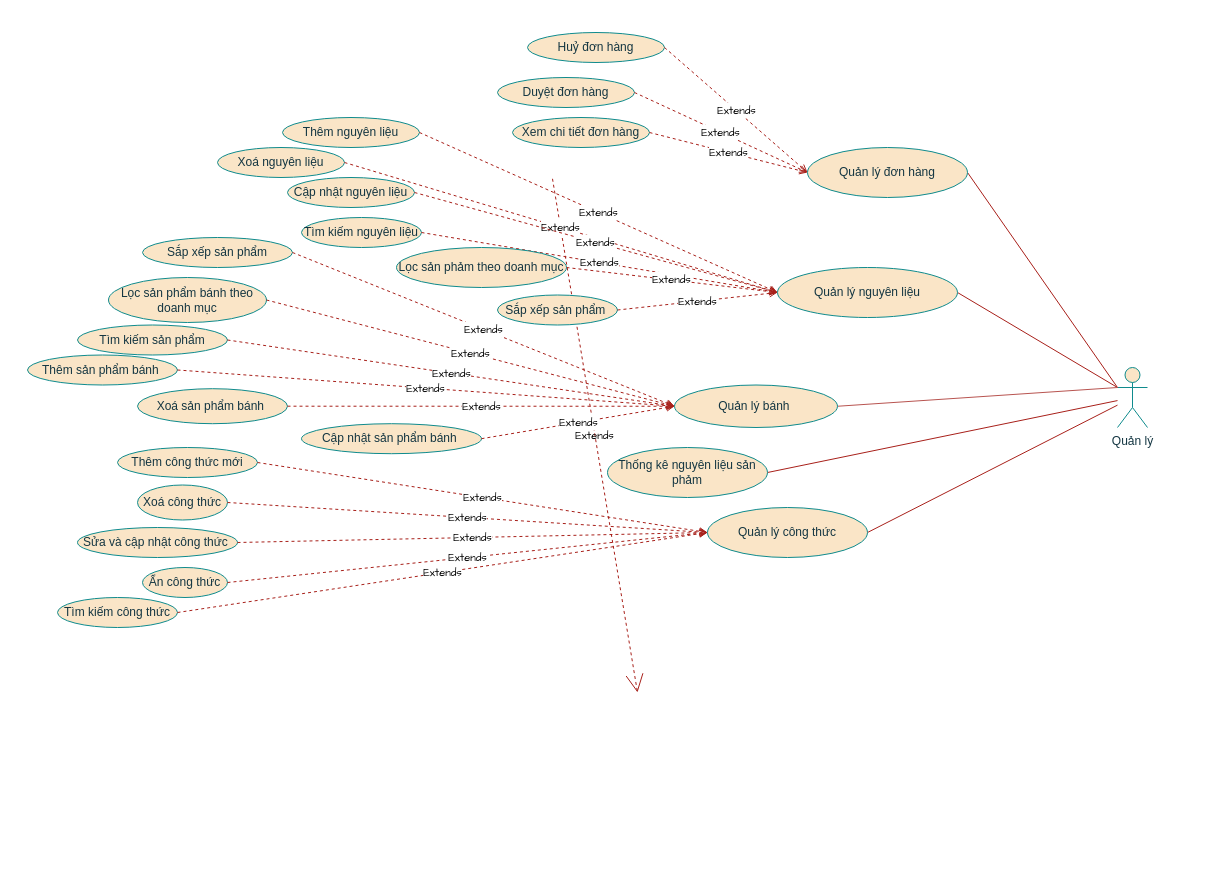
Earlier version of the draw.io diagram page "Quản lý" (5 of 6) of Sơ đồ/UseCaseBakeryLuna.diagram.drawio (Thong5279/LunaBakeryDeploy). Source tidied: cells renumbered, new cells numbered last; positions are measured from the earlier drawing's top-left corner, leaving out a move shared by most shapes. Both pictures are drawn from the tidied source at 100%, with x=0, y=0 at pixel (27, 32).
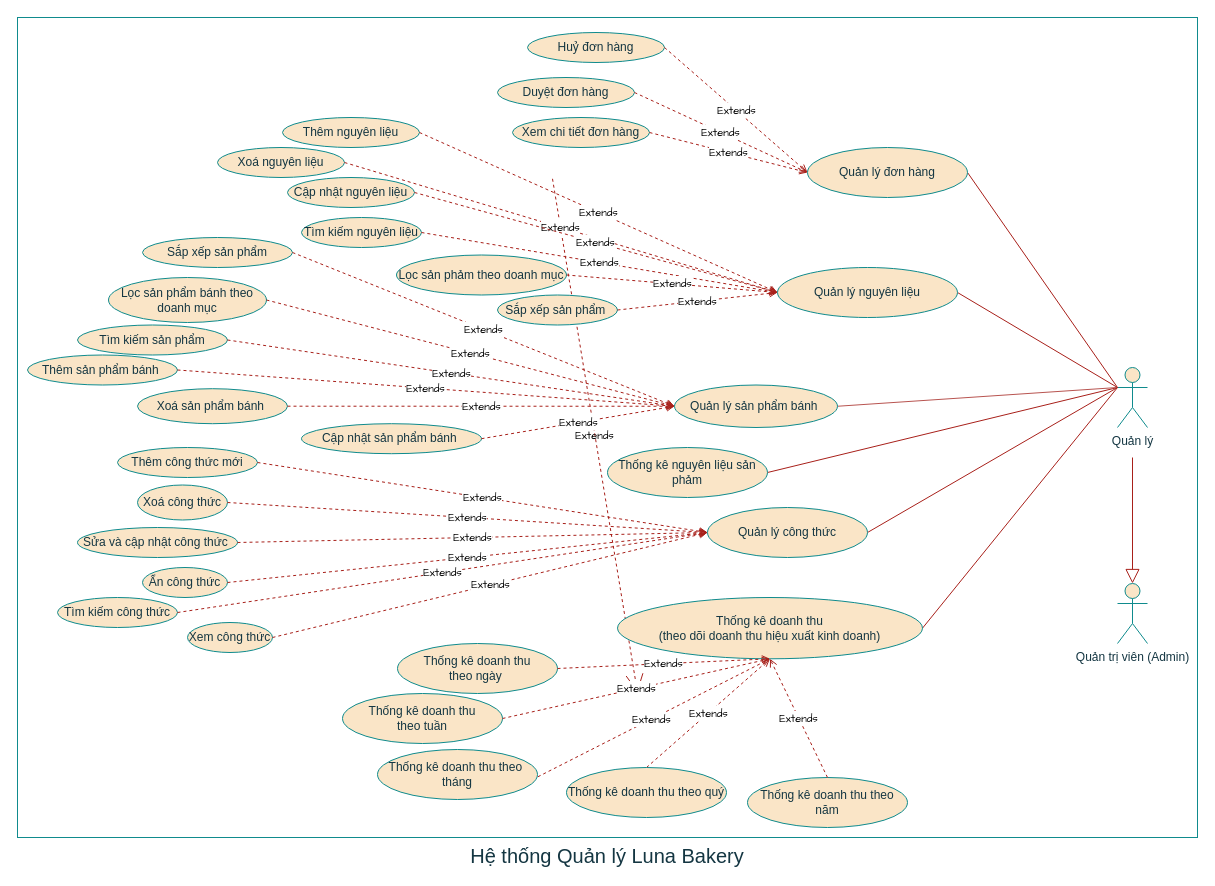
Above is the later version.

Commit message (it also covers changes not shown here):
thợ làm bánh 2.0

Unchanged cells that the change refers to:
```xml
<mxCell id="3" value="Quản lý" style="shape=umlActor;verticalLabelPosition=bottom;verticalAlign=top;html=1;labelBackgroundColor=none;fillColor=#FAE5C7;strokeColor=#0F8B8D;fontColor=#143642;" parent="1" vertex="1">
  <mxGeometry x="1090" y="335" width="30" height="60" as="geometry" />
</mxCell>
<mxCell id="7" value="Thống kê nguyên liệu sản phảm" style="ellipse;whiteSpace=wrap;html=1;labelBackgroundColor=none;fillColor=#FAE5C7;strokeColor=#0F8B8D;fontColor=#143642;" parent="1" vertex="1">
  <mxGeometry x="580" y="415" width="160" height="50" as="geometry" />
</mxCell>
<mxCell id="25" value="Quản lý công thức" style="ellipse;whiteSpace=wrap;html=1;labelBackgroundColor=none;fillColor=#FAE5C7;strokeColor=#0F8B8D;fontColor=#143642;" parent="1" vertex="1">
  <mxGeometry x="680" y="475" width="160" height="50" as="geometry" />
</mxCell>
```

Diff of the diagram source:
```diff
@@
-    <mxCell id="5" style="endArrow=none;html=1;labelBackgroundColor=none;strokeColor=#A8201A;fontColor=default;exitX=1;exitY=0.5;exitDx=0;exitDy=0;" parent="1" edge="1" source="7" target="3">
+    <mxCell id="5" style="endArrow=none;html=1;labelBackgroundColor=none;strokeColor=#A8201A;fontColor=default;exitX=1;exitY=0.5;exitDx=0;exitDy=0;entryX=0;entryY=0.3333333333333333;entryDx=0;entryDy=0;entryPerimeter=0;" parent="1" edge="1" source="7" target="3">
       <mxGeometry relative="1" as="geometry" />
     </mxCell>
@@
-    <mxCell id="11" value="Quản lý bánh&amp;nbsp;" style="ellipse;whiteSpace=wrap;html=1;labelBackgroundColor=none;fillColor=#FAE5C7;strokeColor=#0F8B8D;fontColor=#143642;" parent="1" vertex="1">
+    <mxCell id="11" value="Quản lý sản phẩm bánh&amp;nbsp;" style="ellipse;whiteSpace=wrap;html=1;labelBackgroundColor=none;fillColor=#FAE5C7;strokeColor=#0F8B8D;fontColor=#143642;" parent="1" vertex="1">
       <mxGeometry x="647" y="352.5" width="163" height="42.5" as="geometry" />
     </mxCell>
@@
-    <mxCell id="24" style="endArrow=none;html=1;labelBackgroundColor=none;strokeColor=#A8201A;fontColor=default;exitX=1;exitY=0.5;exitDx=0;exitDy=0;" parent="1" edge="1" source="25" target="3">
+    <mxCell id="24" style="endArrow=none;html=1;labelBackgroundColor=none;strokeColor=#A8201A;fontColor=default;exitX=1;exitY=0.5;exitDx=0;exitDy=0;entryX=0;entryY=0.3333333333333333;entryDx=0;entryDy=0;entryPerimeter=0;" parent="1" edge="1" source="25" target="3">
       <mxGeometry relative="1" as="geometry" />
     </mxCell>
@@
     <mxCell id="38" value="Lọc sản phảm theo doanh mục" style="ellipse;whiteSpace=wrap;html=1;labelBackgroundColor=none;fillColor=#FAE5C7;strokeColor=#0F8B8D;fontColor=#143642;" parent="1" vertex="1">
-      <mxGeometry x="369" y="215" width="170" height="40" as="geometry" />
+      <mxGeometry x="369" y="222.5" width="170" height="40" as="geometry" />
     </mxCell>
@@
+    <mxCell id="54" value="Xem công thức" style="ellipse;whiteSpace=wrap;html=1;labelBackgroundColor=none;fillColor=#FAE5C7;strokeColor=#0F8B8D;fontColor=#143642;" parent="1" vertex="1">
+      <mxGeometry x="160" y="590" width="85" height="30" as="geometry" />
+    </mxCell>
+    <mxCell id="55" value="&lt;span style=&quot;color: rgb(0, 0, 0); font-family: &amp;quot;Architects Daughter&amp;quot;; font-size: 11px; font-style: normal; font-variant-ligatures: normal; font-variant-caps: normal; font-weight: 400; letter-spacing: normal; orphans: 2; text-align: center; text-indent: 0px; text-transform: none; widows: 2; word-spacing: 0px; -webkit-text-stroke-width: 0px; white-space: nowrap; background-color: rgb(255, 255, 255); text-decoration-thickness: initial; text-decoration-style: initial; text-decoration-color: initial; display: inline !important; float: none;&quot;&gt;Extends&lt;/span&gt;" style="rounded=0;jettySize=auto;html=1;exitX=1;exitY=0.5;exitDx=0;exitDy=0;entryX=0;entryY=0.5;entryDx=0;entryDy=0;dashed=1;endArrow=open;endFill=0;strokeColor=#A8201A;" parent="1" edge="1" source="54" target="25">
+      <mxGeometry relative="1" as="geometry" />
+    </mxCell>
+    <mxCell id="56" style="endArrow=none;html=1;exitX=1;exitY=0.5;exitDx=0;exitDy=0;labelBackgroundColor=none;strokeColor=#A8201A;fontColor=default;entryX=0;entryY=0.3333333333333333;entryDx=0;entryDy=0;entryPerimeter=0;" parent="1" edge="1" source="57" target="3">
+      <mxGeometry relative="1" as="geometry" />
+    </mxCell>
+    <mxCell id="57" value="Thống kê doanh thu&lt;br&gt;(theo dõi doanh thu hiệu xuất kinh doanh)" style="ellipse;whiteSpace=wrap;html=1;labelBackgroundColor=none;fillColor=#FAE5C7;strokeColor=#0F8B8D;fontColor=#143642;" parent="1" vertex="1">
+      <mxGeometry x="590" y="565" width="305" height="61.3" as="geometry" />
+    </mxCell>
+    <mxCell id="58" value="Thống kê doanh thu&lt;br&gt;theo ngày&amp;nbsp;" style="ellipse;whiteSpace=wrap;html=1;labelBackgroundColor=none;fillColor=#FAE5C7;strokeColor=#0F8B8D;fontColor=#143642;" parent="1" vertex="1">
+      <mxGeometry x="370" y="611" width="160" height="50" as="geometry" />
+    </mxCell>
+    <mxCell id="59" value="Thống kê doanh thu&lt;br&gt;theo tuần" style="ellipse;whiteSpace=wrap;html=1;labelBackgroundColor=none;fillColor=#FAE5C7;strokeColor=#0F8B8D;fontColor=#143642;" parent="1" vertex="1">
+      <mxGeometry x="315" y="661" width="160" height="50" as="geometry" />
+    </mxCell>
+    <mxCell id="60" value="Thống kê doanh thu theo năm" style="ellipse;whiteSpace=wrap;html=1;labelBackgroundColor=none;fillColor=#FAE5C7;strokeColor=#0F8B8D;fontColor=#143642;" parent="1" vertex="1">
+      <mxGeometry x="720" y="745" width="160" height="50" as="geometry" />
+    </mxCell>
+    <mxCell id="61" value="&lt;span style=&quot;color: rgb(0, 0, 0); font-family: &amp;quot;Architects Daughter&amp;quot;; font-size: 11px; font-style: normal; font-variant-ligatures: normal; font-variant-caps: normal; font-weight: 400; letter-spacing: normal; orphans: 2; text-align: center; text-indent: 0px; text-transform: none; widows: 2; word-spacing: 0px; -webkit-text-stroke-width: 0px; white-space: nowrap; background-color: rgb(255, 255, 255); text-decoration-thickness: initial; text-decoration-style: initial; text-decoration-color: initial; display: inline !important; float: none;&quot;&gt;Extends&lt;/span&gt;" style="rounded=0;jettySize=auto;html=1;exitX=0.5;exitY=0;exitDx=0;exitDy=0;entryX=0.5;entryY=1;entryDx=0;entryDy=0;dashed=1;endArrow=open;endFill=0;strokeColor=#A8201A;" parent="1" edge="1" source="60" target="57">
+      <mxGeometry relative="1" as="geometry" />
+    </mxCell>
+    <mxCell id="62" value="&lt;span style=&quot;color: rgb(0, 0, 0); font-family: &amp;quot;Architects Daughter&amp;quot;; font-size: 11px; font-style: normal; font-variant-ligatures: normal; font-variant-caps: normal; font-weight: 400; letter-spacing: normal; orphans: 2; text-align: center; text-indent: 0px; text-transform: none; widows: 2; word-spacing: 0px; -webkit-text-stroke-width: 0px; white-space: nowrap; background-color: rgb(255, 255, 255); text-decoration-thickness: initial; text-decoration-style: initial; text-decoration-color: initial; display: inline !important; float: none;&quot;&gt;Extends&lt;/span&gt;" style="rounded=0;jettySize=auto;html=1;exitX=0.5;exitY=0;exitDx=0;exitDy=0;entryX=0.5;entryY=1;entryDx=0;entryDy=0;dashed=1;endArrow=open;endFill=0;strokeColor=#A8201A;" parent="1" edge="1" source="67" target="57">
+      <mxGeometry relative="1" as="geometry" />
+    </mxCell>
+    <mxCell id="63" value="&lt;span style=&quot;color: rgb(0, 0, 0); font-family: &amp;quot;Architects Daughter&amp;quot;; font-size: 11px; font-style: normal; font-variant-ligatures: normal; font-variant-caps: normal; font-weight: 400; letter-spacing: normal; orphans: 2; text-align: center; text-indent: 0px; text-transform: none; widows: 2; word-spacing: 0px; -webkit-text-stroke-width: 0px; white-space: nowrap; background-color: rgb(255, 255, 255); text-decoration-thickness: initial; text-decoration-style: initial; text-decoration-color: initial; display: inline !important; float: none;&quot;&gt;Extends&lt;/span&gt;" style="rounded=0;jettySize=auto;html=1;exitX=0.969;exitY=0.6;exitDx=0;exitDy=0;entryX=0.5;entryY=1;entryDx=0;entryDy=0;dashed=1;endArrow=open;endFill=0;strokeColor=#A8201A;exitPerimeter=0;" parent="1" edge="1" source="66" target="57">
+      <mxGeometry relative="1" as="geometry" />
+    </mxCell>
+    <mxCell id="64" value="&lt;span style=&quot;color: rgb(0, 0, 0); font-family: &amp;quot;Architects Daughter&amp;quot;; font-size: 11px; font-style: normal; font-variant-ligatures: normal; font-variant-caps: normal; font-weight: 400; letter-spacing: normal; orphans: 2; text-align: center; text-indent: 0px; text-transform: none; widows: 2; word-spacing: 0px; -webkit-text-stroke-width: 0px; white-space: nowrap; background-color: rgb(255, 255, 255); text-decoration-thickness: initial; text-decoration-style: initial; text-decoration-color: initial; display: inline !important; float: none;&quot;&gt;Extends&lt;/span&gt;" style="rounded=0;jettySize=auto;html=1;exitX=1;exitY=0.5;exitDx=0;exitDy=0;entryX=0.5;entryY=1;entryDx=0;entryDy=0;dashed=1;endArrow=open;endFill=0;strokeColor=#A8201A;" parent="1" edge="1" source="59" target="57">
+      <mxGeometry relative="1" as="geometry" />
+    </mxCell>
+    <mxCell id="65" value="&lt;span style=&quot;color: rgb(0, 0, 0); font-family: &amp;quot;Architects Daughter&amp;quot;; font-size: 11px; font-style: normal; font-variant-ligatures: normal; font-variant-caps: normal; font-weight: 400; letter-spacing: normal; orphans: 2; text-align: center; text-indent: 0px; text-transform: none; widows: 2; word-spacing: 0px; -webkit-text-stroke-width: 0px; white-space: nowrap; background-color: rgb(255, 255, 255); text-decoration-thickness: initial; text-decoration-style: initial; text-decoration-color: initial; display: inline !important; float: none;&quot;&gt;Extends&lt;/span&gt;" style="rounded=0;jettySize=auto;html=1;exitX=1;exitY=0.5;exitDx=0;exitDy=0;entryX=0.5;entryY=1;entryDx=0;entryDy=0;dashed=1;endArrow=open;endFill=0;strokeColor=#A8201A;" parent="1" edge="1" source="58" target="57">
+      <mxGeometry relative="1" as="geometry" />
+    </mxCell>
+    <mxCell id="66" value="Thống kê doanh thu theo&amp;nbsp; tháng" style="ellipse;whiteSpace=wrap;html=1;labelBackgroundColor=none;fillColor=#FAE5C7;strokeColor=#0F8B8D;fontColor=#143642;" parent="1" vertex="1">
+      <mxGeometry x="350" y="717" width="160" height="50" as="geometry" />
+    </mxCell>
+    <mxCell id="67" value="Thống kê doanh thu theo quý" style="ellipse;whiteSpace=wrap;html=1;labelBackgroundColor=none;fillColor=#FAE5C7;strokeColor=#0F8B8D;fontColor=#143642;" parent="1" vertex="1">
+      <mxGeometry x="539" y="735" width="160" height="50" as="geometry" />
+    </mxCell>
+    <mxCell id="68" value="Hệ thống Quản lý Luna Bakery" style="shape=rectangle;labelPosition=top;verticalLabelPosition=bottom;align=center;verticalAlign=top;whiteSpace=wrap;fillColor=none;fontSize=20;labelBackgroundColor=none;strokeColor=#0F8B8D;fontColor=#143642;" parent="1" vertex="1">
+      <mxGeometry x="-10" y="-15" width="1180" height="820" as="geometry" />
+    </mxCell>
+    <mxCell id="69" value="Quản trị viên (Admin)" style="shape=umlActor;verticalLabelPosition=bottom;verticalAlign=top;html=1;labelBackgroundColor=none;fillColor=#FAE5C7;strokeColor=#0F8B8D;fontColor=#143642;" parent="1" vertex="1">
+      <mxGeometry x="1090" y="551" width="30" height="60" as="geometry" />
+    </mxCell>
+    <mxCell id="70" style="endArrow=block;endSize=12;endFill=0;html=1;rounded=0;startFill=0;startArrow=none;labelBackgroundColor=none;strokeColor=#A8201A;fontColor=default;entryX=0.5;entryY=0;entryDx=0;entryDy=0;entryPerimeter=0;" parent="1" edge="1" target="69">
+      <mxGeometry relative="1" as="geometry">
+        <mxPoint x="1105" y="425" as="sourcePoint" />
+      </mxGeometry>
+    </mxCell>
```
